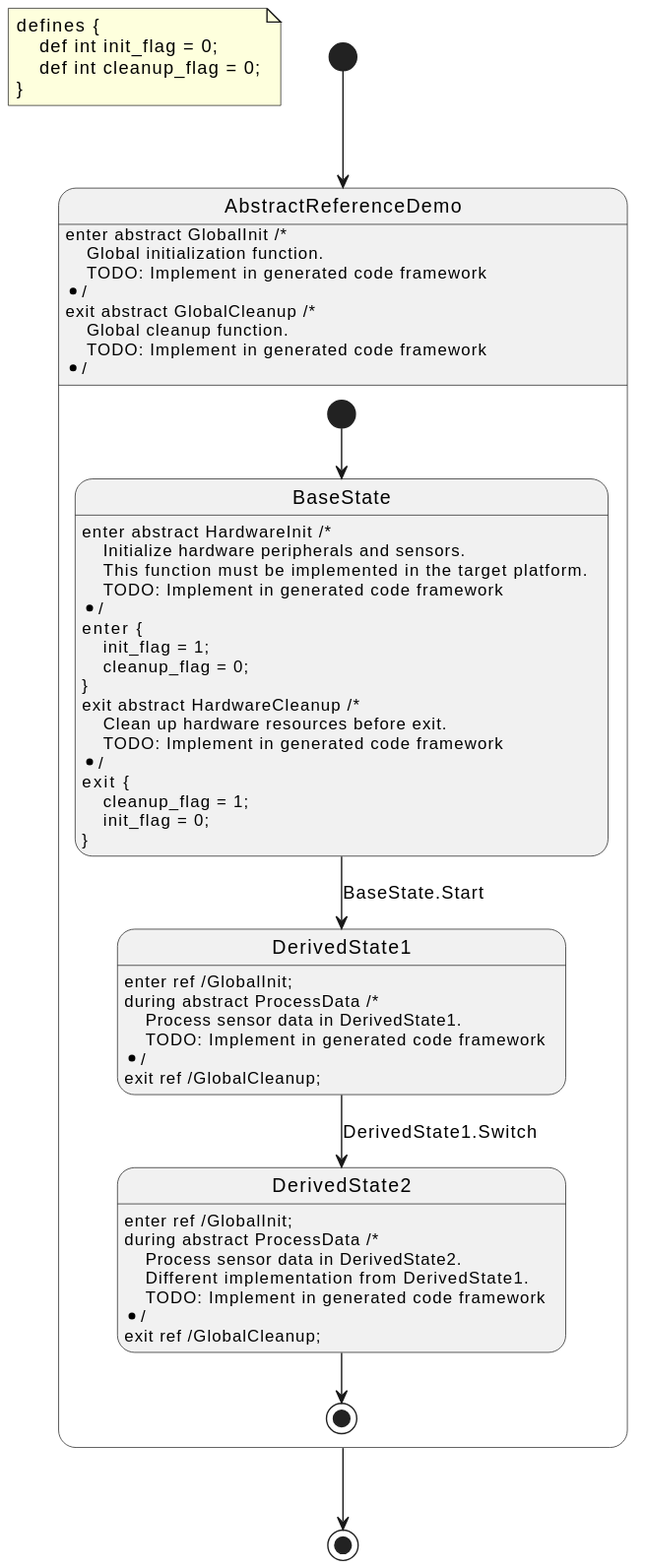
HansBug/pyfcstm keeps this PlantUML diagram as docs/source/tutorials/dsl/abstract_reference_demo.fcstm.puml.svg. Above is the earlier version.
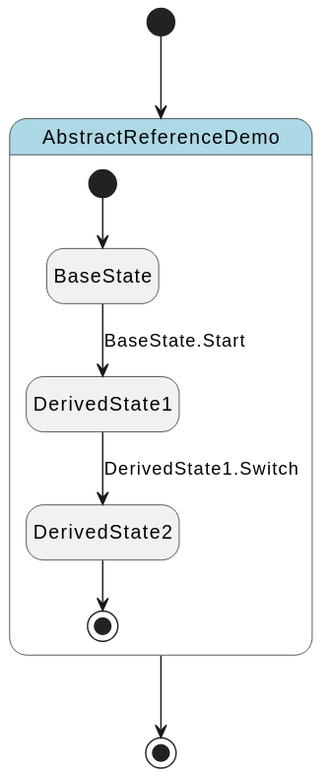
Above is the later version.

The edit, as a diff of the source:
```diff
@@ -1,25 +1,22 @@
 @startuml
 hide empty description
-note as DefinitionNote
-defines {
-    def int init_flag = 0;
-    def int cleanup_flag = 0;
+
+skinparam state {
+  BackgroundColor<<pseudo>> LightGray
+  BackgroundColor<<composite>> LightBlue
+  BorderColor<<pseudo>> Gray
+  FontStyle<<pseudo>> italic
 }
-end note
 
-state "AbstractReferenceDemo" as abstract_reference_demo {
+state "AbstractReferenceDemo" as abstract_reference_demo <<composite>> {
     state "BaseState" as abstract_reference_demo__base_state
-    abstract_reference_demo__base_state : enter abstract HardwareInit /*\n    Initialize hardware peripherals and sensors.\n    This function must be implemented in the target platform.\n    TODO: Implement in generated code framework\n*/\nenter {\n    init_flag = 1;\n    cleanup_flag = 0;\n}\nexit abstract HardwareCleanup /*\n    Clean up hardware resources before exit.\n    TODO: Implement in generated code framework\n*/\nexit {\n    cleanup_flag = 1;\n    init_flag = 0;\n}
     state "DerivedState1" as abstract_reference_demo__derived_state1
-    abstract_reference_demo__derived_state1 : enter ref /GlobalInit;\nduring abstract ProcessData /*\n    Process sensor data in DerivedState1.\n    TODO: Implement in generated code framework\n*/\nexit ref /GlobalCleanup;
     state "DerivedState2" as abstract_reference_demo__derived_state2
-    abstract_reference_demo__derived_state2 : enter ref /GlobalInit;\nduring abstract ProcessData /*\n    Process sensor data in DerivedState2.\n    Different implementation from DerivedState1.\n    TODO: Implement in generated code framework\n*/\nexit ref /GlobalCleanup;
     [*] --> abstract_reference_demo__base_state
     abstract_reference_demo__base_state --> abstract_reference_demo__derived_state1 : BaseState.Start
     abstract_reference_demo__derived_state1 --> abstract_reference_demo__derived_state2 : DerivedState1.Switch
     abstract_reference_demo__derived_state2 --> [*]
 }
-abstract_reference_demo : enter abstract GlobalInit /*\n    Global initialization function.\n    TODO: Implement in generated code framework\n*/\nexit abstract GlobalCleanup /*\n    Global cleanup function.\n    TODO: Implement in generated code framework\n*/
 [*] --> abstract_reference_demo
 abstract_reference_demo --> [*]
 @enduml
```
